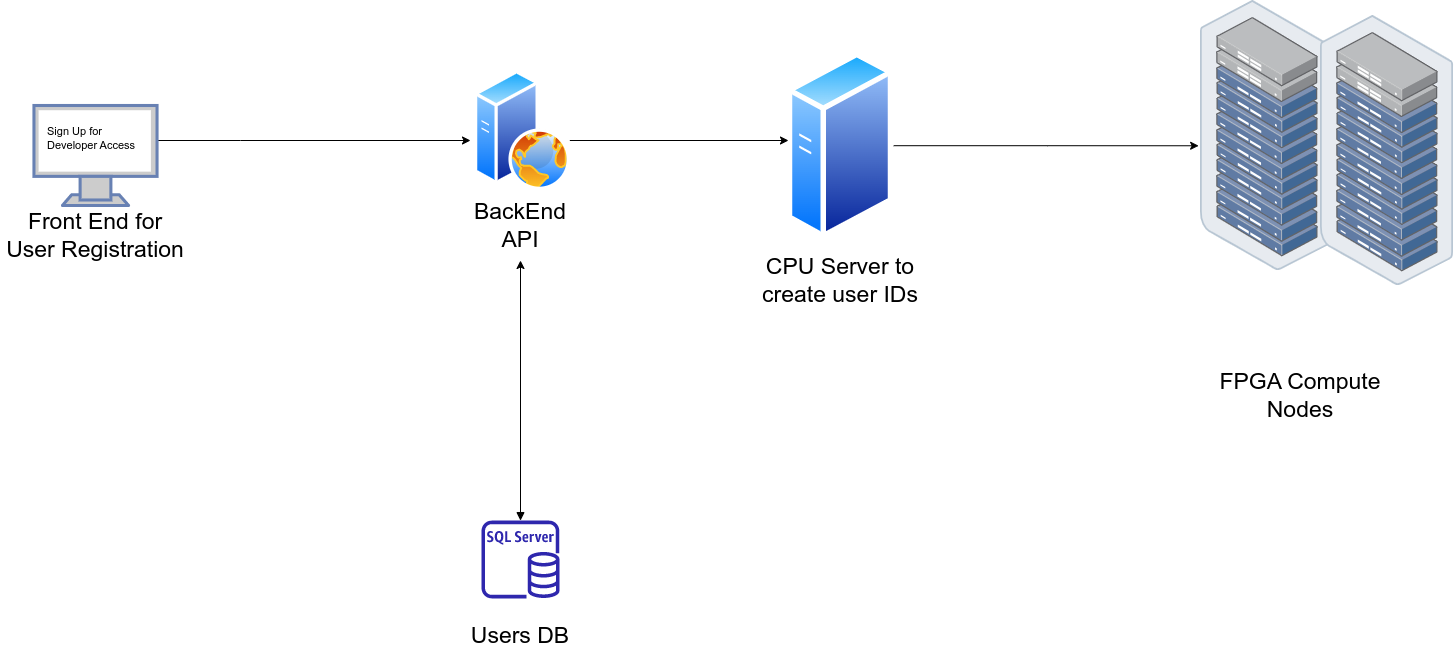
Above: Intel DevCloud Flow.drawio.png in belanasaikiran/FlowCharts (draw.io), before the change. Source tidied: cells renumbered, new cells last; positions are measured from the earlier drawing's top-left corner, leaving out a move shared by most shapes.
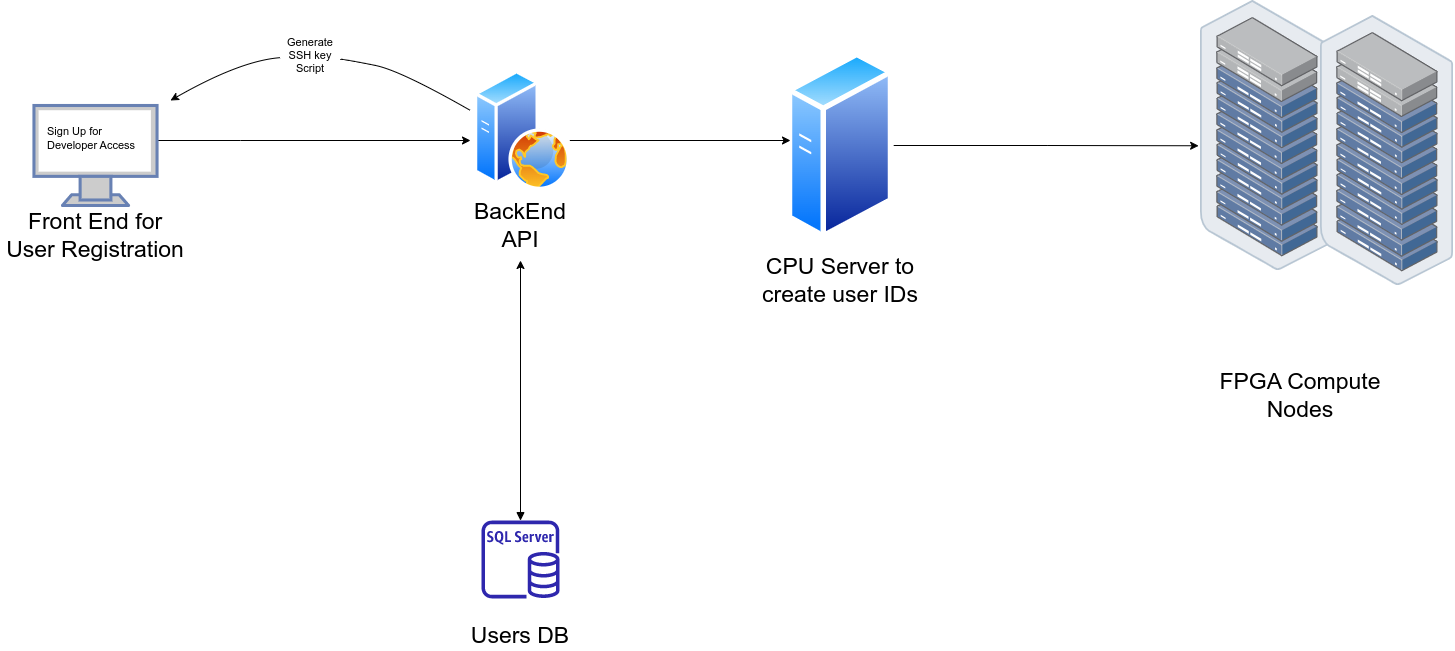
Later version of the same file.

What changed in the source:
```diff
@@ -75,5 +75,25 @@
     <mxCell id="21" style="html=1;align=center;shadow=0;dashed=0;image;image=img/lib/allied_telesis/storage/Datacenter_Server_Rack_ToR.svg;fontSize=11;" parent="19" vertex="1">
       <mxGeometry x="120" y="15" width="133.2" height="270" as="geometry" />
     </mxCell>
+    <mxCell id="22" style="curved=1;endArrow=classic;html=1;rounded=0;fontSize=11;fontColor=default;startArrow=none;" parent="1" edge="1" source="24">
+      <mxGeometry relative="1" as="geometry">
+        <mxPoint x="170" y="100" as="targetPoint" />
+        <Array as="points">
+          <mxPoint x="240" y="60" />
+        </Array>
+      </mxGeometry>
+    </mxCell>
+    <mxCell id="23" style="curved=1;endArrow=none;html=1;rounded=0;fontSize=11;fontColor=default;" parent="1" edge="1" target="24">
+      <mxGeometry relative="1" as="geometry">
+        <mxPoint x="470" y="110" as="sourcePoint" />
+        <Array as="points">
+          <mxPoint x="400" y="70" />
+          <mxPoint x="350" y="60" />
+        </Array>
+      </mxGeometry>
+    </mxCell>
+    <mxCell id="24" value="Generate SSH key Script" style="text;html=1;strokeColor=none;fillColor=none;align=center;verticalAlign=middle;whiteSpace=wrap;rounded=0;labelBackgroundColor=none;labelBorderColor=none;fontSize=11;fontColor=default;" parent="1" vertex="1">
+      <mxGeometry x="280" y="40" width="60" height="30" as="geometry" />
+    </mxCell>
   </root>
 </mxGraphModel>
```
